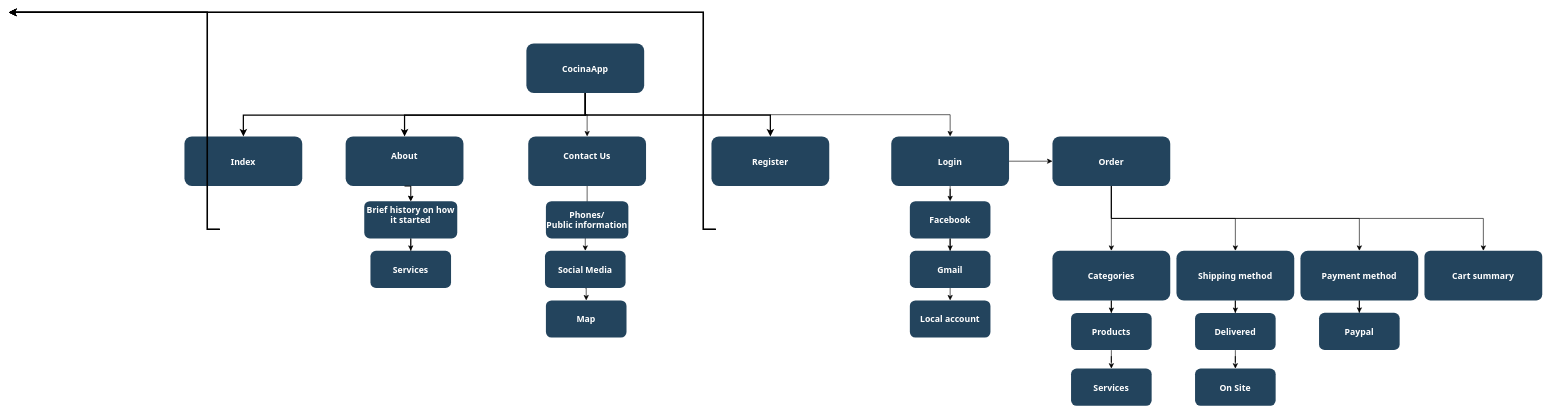
Before: Untitled Diagram.drawio in cristiandepena/CocinaApp, a draw.io diagram. Source tidied: cells renumbered, new cells numbered last; positions are measured from the earlier drawing's top-left corner, leaving out a move shared by most shapes. Both pictures are drawn from the tidied source at 62%, with x=0, y=0 at pixel (9, 12).
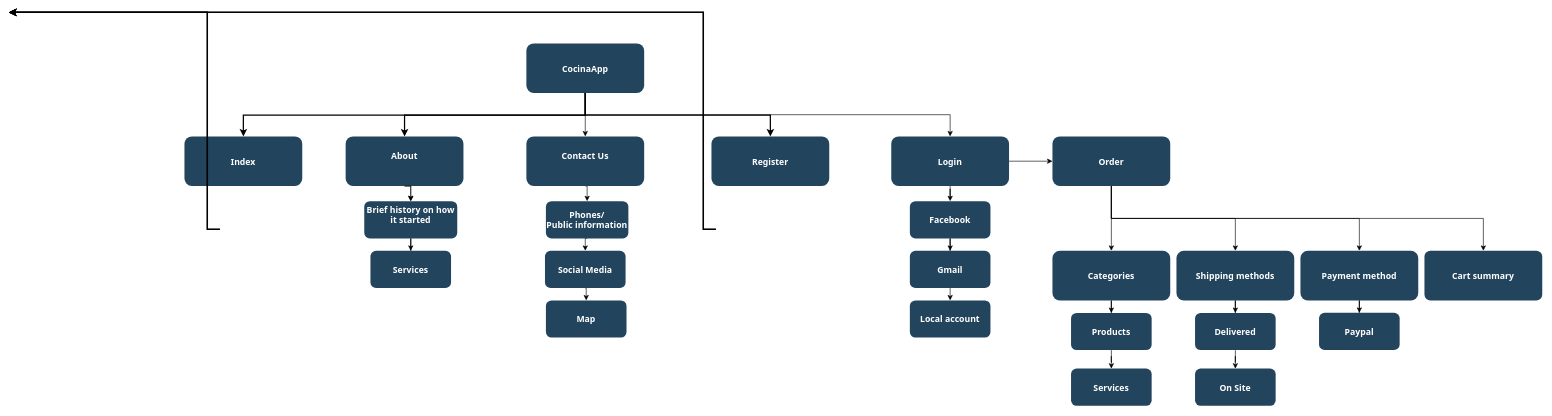
The same diagram, later.

The change refers to these unchanged cells:
```xml
<mxCell id="12" value="Phones/&#10;Public information" style="rounded=1;fillColor=#23445D;gradientColor=none;strokeColor=none;fontColor=#FFFFFF;fontStyle=1;fontFamily=Tahoma;fontSize=14;" parent="1" vertex="1">
  <mxGeometry x="866" y="304" width="133" height="60" as="geometry" />
</mxCell>
<mxCell id="14" value="Social Media" style="rounded=1;fillColor=#23445D;gradientColor=none;strokeColor=none;fontColor=#FFFFFF;fontStyle=1;fontFamily=Tahoma;fontSize=14;" parent="1" vertex="1">
  <mxGeometry x="864.5" y="384" width="130" height="60" as="geometry" />
</mxCell>
```

Diff of the diagram source:
```diff
@@
-    <mxCell id="7" style="edgeStyle=orthogonalEdgeStyle;rounded=0;jettySize=auto;html=1;exitX=0.5;exitY=1;exitDx=0;exitDy=0;" parent="1" edge="1" source="8" target="14">
-      <mxGeometry relative="1" as="geometry" />
-    </mxCell>
+    <mxCell id="55" style="edgeStyle=orthogonalEdgeStyle;rounded=0;jettySize=auto;html=1;exitX=0.5;exitY=1;exitDx=0;exitDy=0;entryX=0.5;entryY=0;entryDx=0;entryDy=0;" parent="1" edge="1" source="8" target="12">
+      <mxGeometry relative="1" as="geometry" />
+    </mxCell>
     <mxCell id="8" value="Contact Us&#10;" style="rounded=1;fillColor=#23445D;gradientColor=none;strokeColor=none;fontColor=#FFFFFF;fontStyle=1;fontFamily=Tahoma;fontSize=14;" parent="1" vertex="1">
-      <mxGeometry x="837.5" y="199.5" width="190" height="80" as="geometry" />
+      <mxGeometry x="834.5" y="199.5" width="190" height="80" as="geometry" />
     </mxCell>
@@
+    <mxCell id="56" style="edgeStyle=orthogonalEdgeStyle;rounded=0;jettySize=auto;html=1;exitX=0.5;exitY=1;exitDx=0;exitDy=0;entryX=0.5;entryY=0;entryDx=0;entryDy=0;" parent="1" edge="1" source="12" target="14">
+      <mxGeometry relative="1" as="geometry" />
+    </mxCell>
@@
-    <mxCell id="44" value="Shipping method" style="rounded=1;fillColor=#23445D;gradientColor=none;strokeColor=none;fontColor=#FFFFFF;fontStyle=1;fontFamily=Tahoma;fontSize=14;" parent="1" vertex="1">
+    <mxCell id="44" value="Shipping methods" style="rounded=1;fillColor=#23445D;gradientColor=none;strokeColor=none;fontColor=#FFFFFF;fontStyle=1;fontFamily=Tahoma;fontSize=14;" parent="1" vertex="1">
       <mxGeometry x="1883" y="384" width="190" height="80" as="geometry" />
     </mxCell>
```
